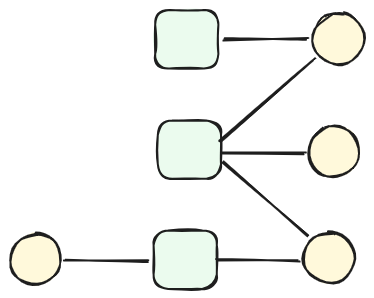
Before: diplom/assets/math/discrete/factor_graph.excalidraw.png, a diagram exported from Excalidraw (NMashalov/EducationGenerativeModelApplication). Source tidied: one line per element, renumbered; positions are measured from the earlier drawing's top-left corner, leaving out a move shared by most shapes.
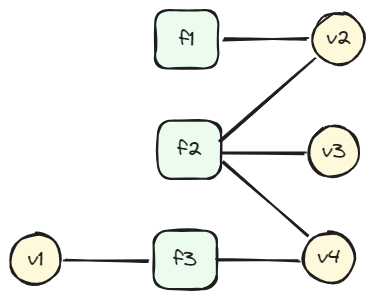
Later version of the same file.

Change to the diagram source:
```diff
@@ -1,13 +1,20 @@
 {"id": 0, "type": "rectangle", "strokeColor": "#1e1e1e", "backgroundColor": "#ebfbee", "fillStyle": "solid", "strokeWidth": 2, "roughness": 1, "round": true, "x": 148, "y": 110, "width": 63, "height": 58}
+{"id": 13, "type": "text", "text": "f2", "strokeColor": "#1e1e1e", "strokeWidth": 2, "roughness": 1, "fontSize": 20, "fontFamily": 1, "textAlign": "center", "verticalAlign": "middle", "inside": 0, "x": 167, "y": 127, "width": 24, "height": 25}
 {"id": 1, "type": "rectangle", "strokeColor": "#1e1e1e", "backgroundColor": "#ebfbee", "fillStyle": "solid", "strokeWidth": 2, "roughness": 1, "round": true, "x": 145, "y": 0, "width": 63, "height": 58}
+{"id": 14, "type": "text", "text": "f1", "strokeColor": "#1e1e1e", "strokeWidth": 2, "roughness": 1, "fontSize": 20, "fontFamily": 1, "textAlign": "center", "verticalAlign": "middle", "inside": 1, "x": 169, "y": 17, "width": 15, "height": 25}
 {"id": 2, "type": "rectangle", "strokeColor": "#1e1e1e", "backgroundColor": "#ebfbee", "fillStyle": "solid", "strokeWidth": 2, "roughness": 1, "round": true, "x": 144, "y": 221, "width": 63, "height": 58}
+{"id": 15, "type": "text", "text": "f3", "strokeColor": "#1e1e1e", "strokeWidth": 2, "roughness": 1, "fontSize": 20, "fontFamily": 1, "textAlign": "center", "verticalAlign": "middle", "inside": 2, "x": 164, "y": 237, "width": 23, "height": 25}
 {"id": 3, "type": "line", "strokeColor": "#1e1e1e", "backgroundColor": "#ebfbee", "fillStyle": "solid", "strokeWidth": 2, "roughness": 1, "round": true, "x": 214, "y": 29, "width": 82, "height": 0, "points": [[0, 0], [82, 0]]}
 {"id": 4, "type": "ellipse", "strokeColor": "#1e1e1e", "backgroundColor": "#fff9db", "fillStyle": "solid", "strokeWidth": 2, "roughness": 1, "round": true, "x": 303, "y": 3, "width": 51, "height": 51}
+{"id": 16, "type": "text", "text": "v2", "strokeColor": "#1e1e1e", "strokeWidth": 2, "roughness": 1, "fontSize": 20, "fontFamily": 1, "textAlign": "center", "verticalAlign": "middle", "inside": 4, "x": 316, "y": 16, "width": 25, "height": 25}
 {"id": 5, "type": "ellipse", "strokeColor": "#1e1e1e", "backgroundColor": "#fff9db", "fillStyle": "solid", "strokeWidth": 2, "roughness": 1, "round": true, "x": 298, "y": 116, "width": 51, "height": 51}
+{"id": 17, "type": "text", "text": "v3", "strokeColor": "#1e1e1e", "strokeWidth": 2, "roughness": 1, "fontSize": 20, "fontFamily": 1, "textAlign": "center", "verticalAlign": "middle", "inside": 5, "x": 312, "y": 129, "width": 24, "height": 25}
 {"id": 6, "type": "ellipse", "strokeColor": "#1e1e1e", "backgroundColor": "#fff9db", "fillStyle": "solid", "strokeWidth": 2, "roughness": 1, "round": true, "x": 293, "y": 222, "width": 51, "height": 51}
+{"id": 18, "type": "text", "text": "v4", "strokeColor": "#1e1e1e", "strokeWidth": 2, "roughness": 1, "fontSize": 20, "fontFamily": 1, "textAlign": "center", "verticalAlign": "middle", "inside": 6, "x": 307, "y": 235, "width": 23, "height": 25}
 {"id": 7, "type": "line", "strokeColor": "#1e1e1e", "backgroundColor": "#ebfbee", "fillStyle": "solid", "strokeWidth": 2, "roughness": 1, "round": true, "x": 212, "y": 144, "width": 82, "height": 0, "points": [[0, 0], [82, 0]]}
 {"id": 8, "type": "line", "strokeColor": "#1e1e1e", "backgroundColor": "#ebfbee", "fillStyle": "solid", "strokeWidth": 2, "roughness": 1, "round": true, "x": 206, "y": 251, "width": 82, "height": 0, "points": [[0, 0], [82, 0]]}
 {"id": 9, "type": "line", "strokeColor": "#1e1e1e", "backgroundColor": "#ebfbee", "fillStyle": "solid", "strokeWidth": 2, "roughness": 1, "round": true, "x": 55, "y": 250, "width": 82, "height": 0, "points": [[0, 0], [82, 0]]}
 {"id": 10, "type": "ellipse", "strokeColor": "#1e1e1e", "backgroundColor": "#fff9db", "fillStyle": "solid", "strokeWidth": 2, "roughness": 1, "round": true, "x": 0, "y": 224, "width": 51, "height": 51}
+{"id": 19, "type": "text", "text": "v1", "strokeColor": "#1e1e1e", "strokeWidth": 2, "roughness": 1, "fontSize": 20, "fontFamily": 1, "textAlign": "center", "verticalAlign": "middle", "inside": 10, "x": 18, "y": 237, "width": 16, "height": 25}
 {"id": 11, "type": "line", "strokeColor": "#1e1e1e", "backgroundColor": "#ebfbee", "fillStyle": "solid", "strokeWidth": 2, "roughness": 1, "round": true, "x": 212, "y": 151, "width": 86, "height": 75, "points": [[0, 0], [86, 75]]}
 {"id": 12, "type": "line", "strokeColor": "#1e1e1e", "backgroundColor": "#ebfbee", "fillStyle": "solid", "strokeWidth": 2, "roughness": 1, "round": true, "x": 211, "y": 132, "width": 94, "height": 82, "points": [[0, 0], [94, -82]]}
```
